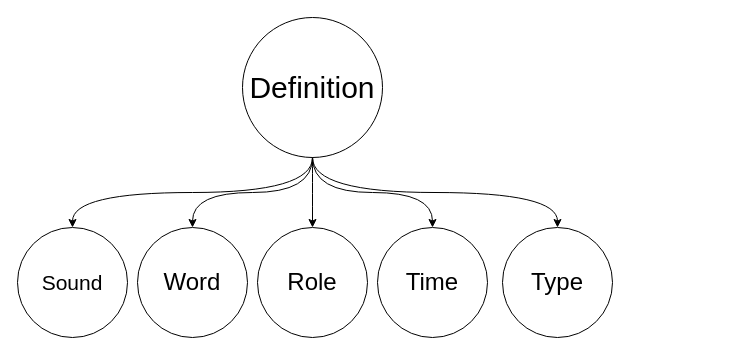
This is page "AI" (1 of 2) of design/structure.drawio from kashanimorteza/english_document, a draw.io file, before an edit. Source tidied: cells renumbered, new cells numbered last; positions are measured from the earlier drawing's top-left corner, leaving out a move shared by most shapes. Both pictures are drawn from the tidied source at 100%, with x=0, y=0 at pixel (17, 17).
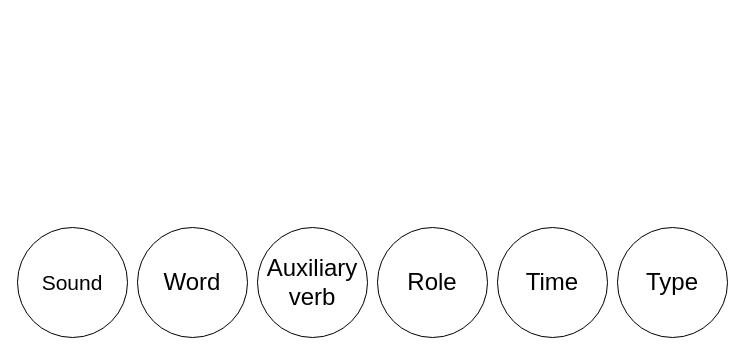
Above is the later version.

Commit message (it also covers changes not shown here):
some chanbe on structure

The edit, as a diff of the source:
```diff
@@
 <mxGraphModel>
   <root>
     <mxCell id="0" />
     <mxCell id="1" parent="0" />
-    <mxCell id="2" style="edgeStyle=orthogonalEdgeStyle;rounded=0;jettySize=auto;html=1;curved=1;" parent="1" edge="1" source="6" target="7">
-      <mxGeometry relative="1" as="geometry" />
-    </mxCell>
-    <mxCell id="3" style="edgeStyle=orthogonalEdgeStyle;rounded=0;jettySize=auto;html=1;curved=1;" parent="1" edge="1" source="6" target="8">
-      <mxGeometry relative="1" as="geometry" />
-    </mxCell>
-    <mxCell id="4" style="edgeStyle=orthogonalEdgeStyle;rounded=0;jettySize=auto;html=1;curved=1;exitX=0.5;exitY=1;exitDx=0;exitDy=0;" parent="1" edge="1" source="6" target="9">
-      <mxGeometry relative="1" as="geometry" />
-    </mxCell>
-    <mxCell id="5" style="edgeStyle=orthogonalEdgeStyle;rounded=0;jettySize=auto;html=1;curved=1;exitX=0.5;exitY=1;exitDx=0;exitDy=0;" parent="1" edge="1" source="6" target="10">
-      <mxGeometry relative="1" as="geometry" />
-    </mxCell>
-    <mxCell id="6" value="&lt;font style=&quot;font-size: 30px;&quot;&gt;Definition&lt;/font&gt;" style="ellipse;whiteSpace=wrap;html=1;" parent="1" vertex="1">
-      <mxGeometry x="225" width="140" height="140" as="geometry" />
-    </mxCell>
     <mxCell id="7" value="Word" style="ellipse;whiteSpace=wrap;html=1;fontSize=24;" parent="1" vertex="1">
       <mxGeometry x="120" y="210" width="110" height="110" as="geometry" />
     </mxCell>
-    <mxCell id="8" value="Role" style="ellipse;whiteSpace=wrap;html=1;fontSize=24;" parent="1" vertex="1">
+    <mxCell id="8" value="Auxiliary&lt;div&gt;verb&lt;/div&gt;" style="ellipse;whiteSpace=wrap;html=1;fontSize=24;" parent="1" vertex="1">
       <mxGeometry x="240" y="210" width="110" height="110" as="geometry" />
     </mxCell>
     <mxCell id="9" value="Sound" style="ellipse;whiteSpace=wrap;html=1;fontSize=21;" parent="1" vertex="1">
       <mxGeometry y="210" width="110" height="110" as="geometry" />
     </mxCell>
-    <mxCell id="10" value="Time" style="ellipse;whiteSpace=wrap;html=1;fontSize=24;" parent="1" vertex="1">
+    <mxCell id="10" value="Role" style="ellipse;whiteSpace=wrap;html=1;fontSize=24;" parent="1" vertex="1">
       <mxGeometry x="360" y="210" width="110" height="110" as="geometry" />
     </mxCell>
-    <mxCell id="11" style="edgeStyle=orthogonalEdgeStyle;rounded=0;jettySize=auto;html=1;curved=1;exitX=0.5;exitY=1;exitDx=0;exitDy=0;" parent="1" edge="1" source="6" target="12">
-      <mxGeometry relative="1" as="geometry" />
-    </mxCell>
     <mxCell id="12" value="Type" style="ellipse;whiteSpace=wrap;html=1;fontSize=24;" parent="1" vertex="1">
-      <mxGeometry x="485" y="210" width="110" height="110" as="geometry" />
+      <mxGeometry x="600" y="210" width="110" height="110" as="geometry" />
     </mxCell>
+    <mxCell id="13" value="Time" style="ellipse;whiteSpace=wrap;html=1;fontSize=24;" parent="1" vertex="1">
+      <mxGeometry x="480" y="210" width="110" height="110" as="geometry" />
+    </mxCell>
   </root>
 </mxGraphModel>
```
